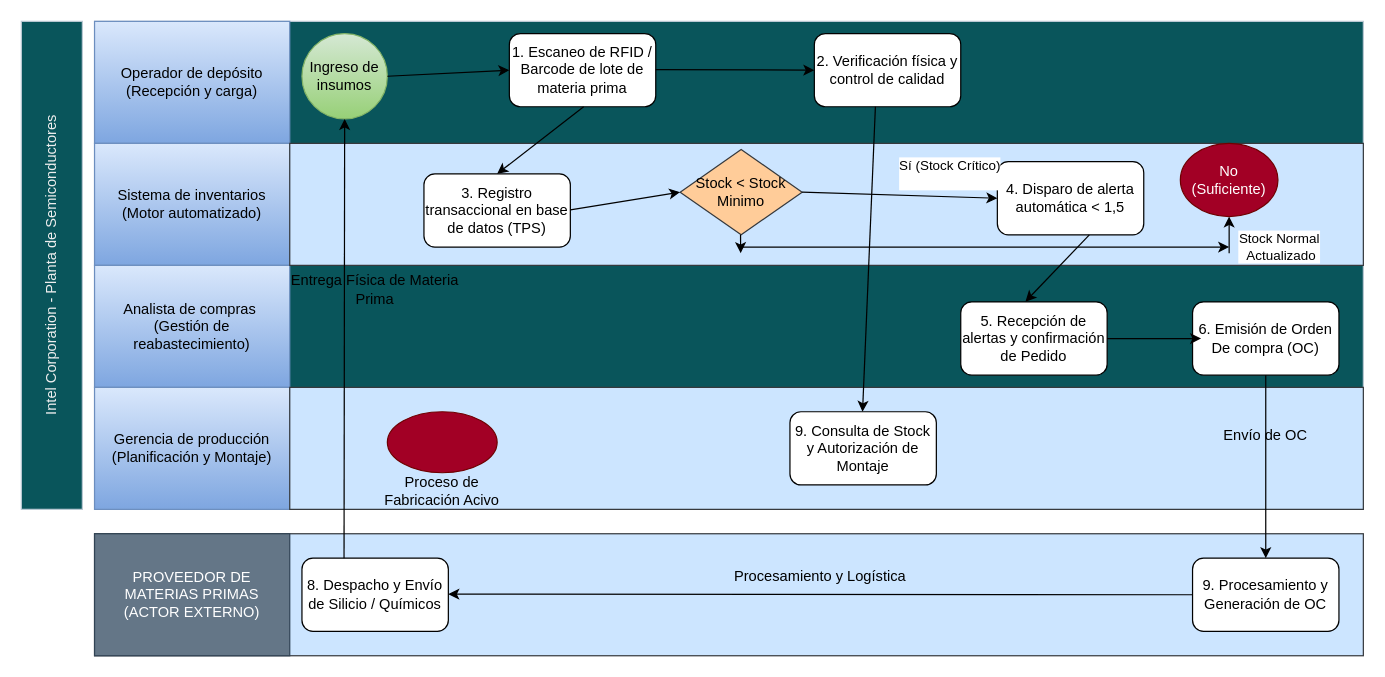
This is Proceso-Inventario-Intel.drawio from VIC-TH0R/TPI-Organizaci-n-Empresarial-IntelCorporation, a draw.io file, before an edit. Source tidied: cells renumbered, new cells numbered last; positions are measured from the earlier drawing's top-left corner, leaving out a move shared by most shapes. Both pictures are drawn from the tidied source at 122%, with x=0, y=0 at pixel (-193, 21).
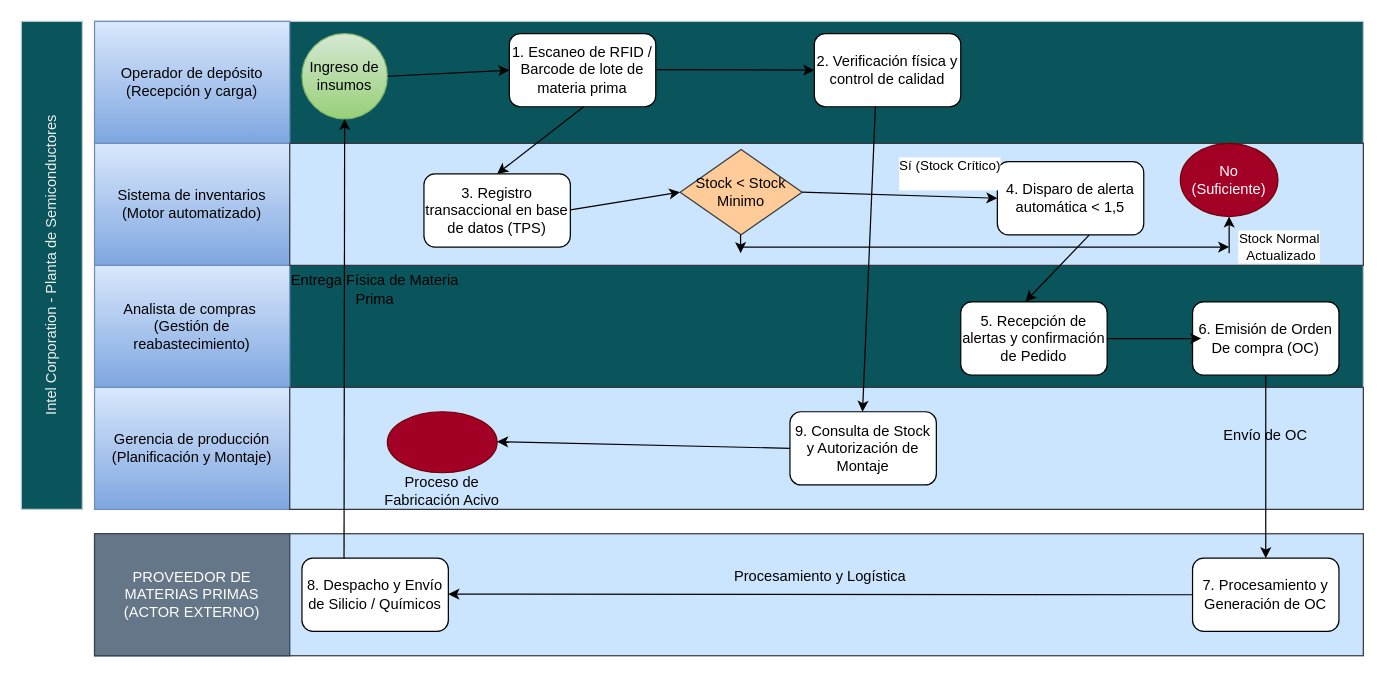
The same diagram, later.

Commit message (it also covers changes not shown here):
se modifican la imagen y el archivo BPMN para reflejar mejor los conceptos

Unchanged cells that the change refers to:
```xml
<mxCell id="31" value="9. Consulta de Stock y Autorización de Montaje" style="rounded=1;whiteSpace=wrap;html=1;" parent="1" vertex="1">
  <mxGeometry x="805" y="320" width="120" height="60" as="geometry" />
</mxCell>
```

The edit, as a diff of the source:
```diff
@@
-    <mxCell id="38" value="9. Procesamiento y Generación de OC" style="rounded=1;whiteSpace=wrap;html=1;" parent="1" vertex="1">
+    <mxCell id="38" value="7. Procesamiento y Generación de OC" style="rounded=1;whiteSpace=wrap;html=1;" parent="1" vertex="1">
       <mxGeometry x="1135" y="440" width="120" height="60" as="geometry" />
     </mxCell>
@@
+    <mxCell id="45" style="edgeStyle=none;jettySize=auto;html=1;rounded=0;strokeColor=#000000;defaultLabelBackgroundColor=page;entryX=0;entryY=0.5;entryDx=0;entryDy=0;exitX=0;exitY=0.5;exitDx=0;exitDy=0;" parent="1" edge="1" source="31">
+      <mxGeometry relative="1" as="geometry">
+        <mxPoint x="565" y="344.5" as="targetPoint" />
+      </mxGeometry>
+    </mxCell>
```
